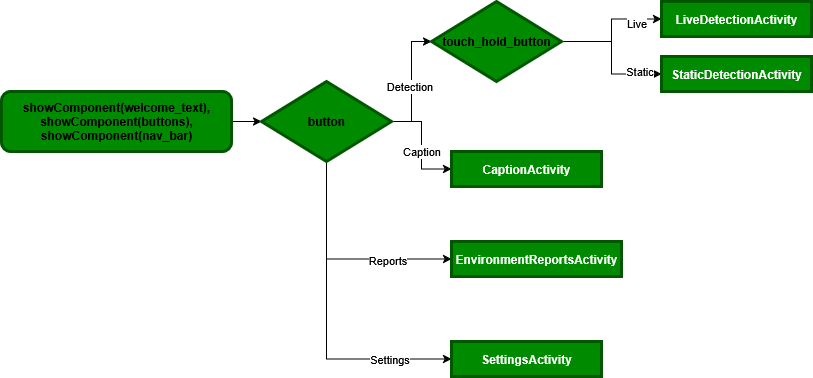
The draw.io diagram ui_design/usecase_diagram/activities/home_activity.png in Edward326/PersonalProjects, before a commit. Source tidied: cells renumbered, new cells last; positions are measured from the earlier drawing's top-left corner, leaving out a move shared by most shapes.
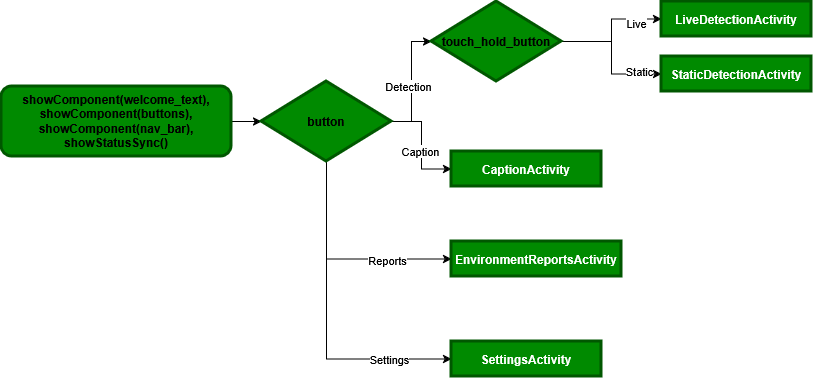
The same diagram one commit later.

The edit, as a diff of the source:
```diff
@@ -5,8 +5,8 @@
     <mxCell id="2" style="edgeStyle=orthogonalEdgeStyle;rounded=0;jettySize=auto;html=1;" parent="1" edge="1" source="3" target="12">
       <mxGeometry relative="1" as="geometry" />
     </mxCell>
-    <mxCell id="3" value="&lt;div&gt;showComponent(welcome_text),&lt;/div&gt;&lt;div&gt;showComponent(buttons),&lt;/div&gt;&lt;div&gt;showComponent(nav_bar)&lt;/div&gt;" style="rounded=1;whiteSpace=wrap;html=1;fillColor=#008a00;fontColor=light-dark(#000000,#FFFFFF);strokeColor=light-dark(#005700,#000000);strokeWidth=3;fontStyle=1;" parent="1" vertex="1">
-      <mxGeometry y="90" width="230" height="60" as="geometry" />
+    <mxCell id="3" value="&lt;div&gt;showComponent(welcome_text),&lt;/div&gt;&lt;div&gt;showComponent(buttons),&lt;/div&gt;&lt;div&gt;showComponent(nav_bar),&lt;/div&gt;&lt;div&gt;showStatusSync()&lt;/div&gt;" style="rounded=1;whiteSpace=wrap;html=1;fillColor=#008a00;fontColor=light-dark(#000000,#FFFFFF);strokeColor=light-dark(#005700,#000000);strokeWidth=3;fontStyle=1;" parent="1" vertex="1">
+      <mxGeometry y="85" width="230" height="70" as="geometry" />
     </mxCell>
     <mxCell id="4" style="edgeStyle=orthogonalEdgeStyle;rounded=0;jettySize=auto;html=1;entryX=0;entryY=0.5;entryDx=0;entryDy=0;" parent="1" edge="1" source="12" target="17">
       <mxGeometry relative="1" as="geometry" />
```
